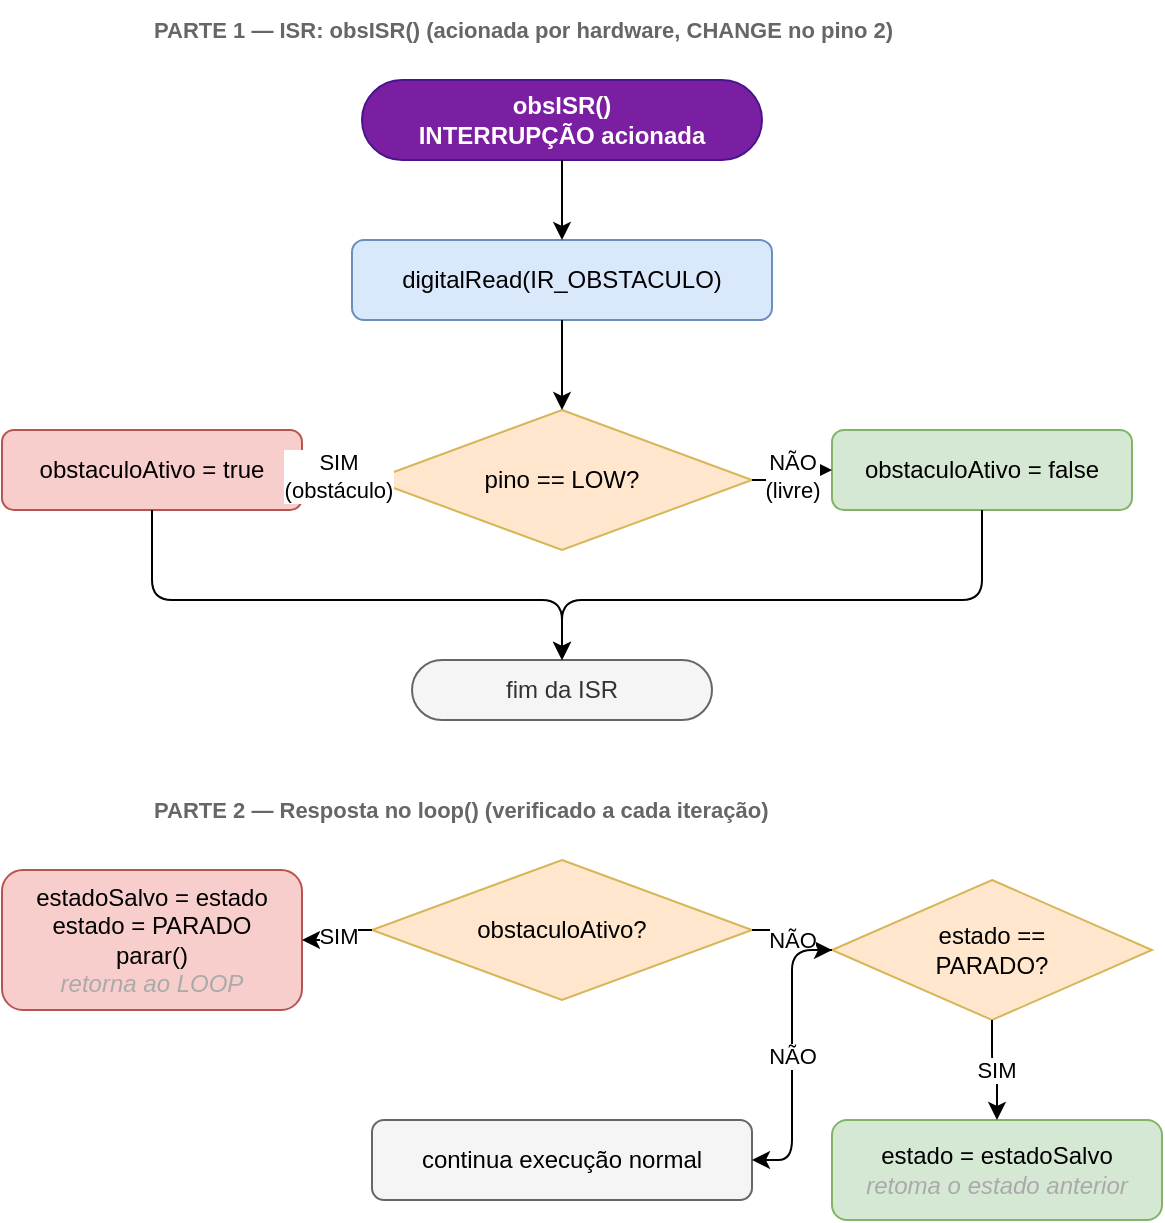
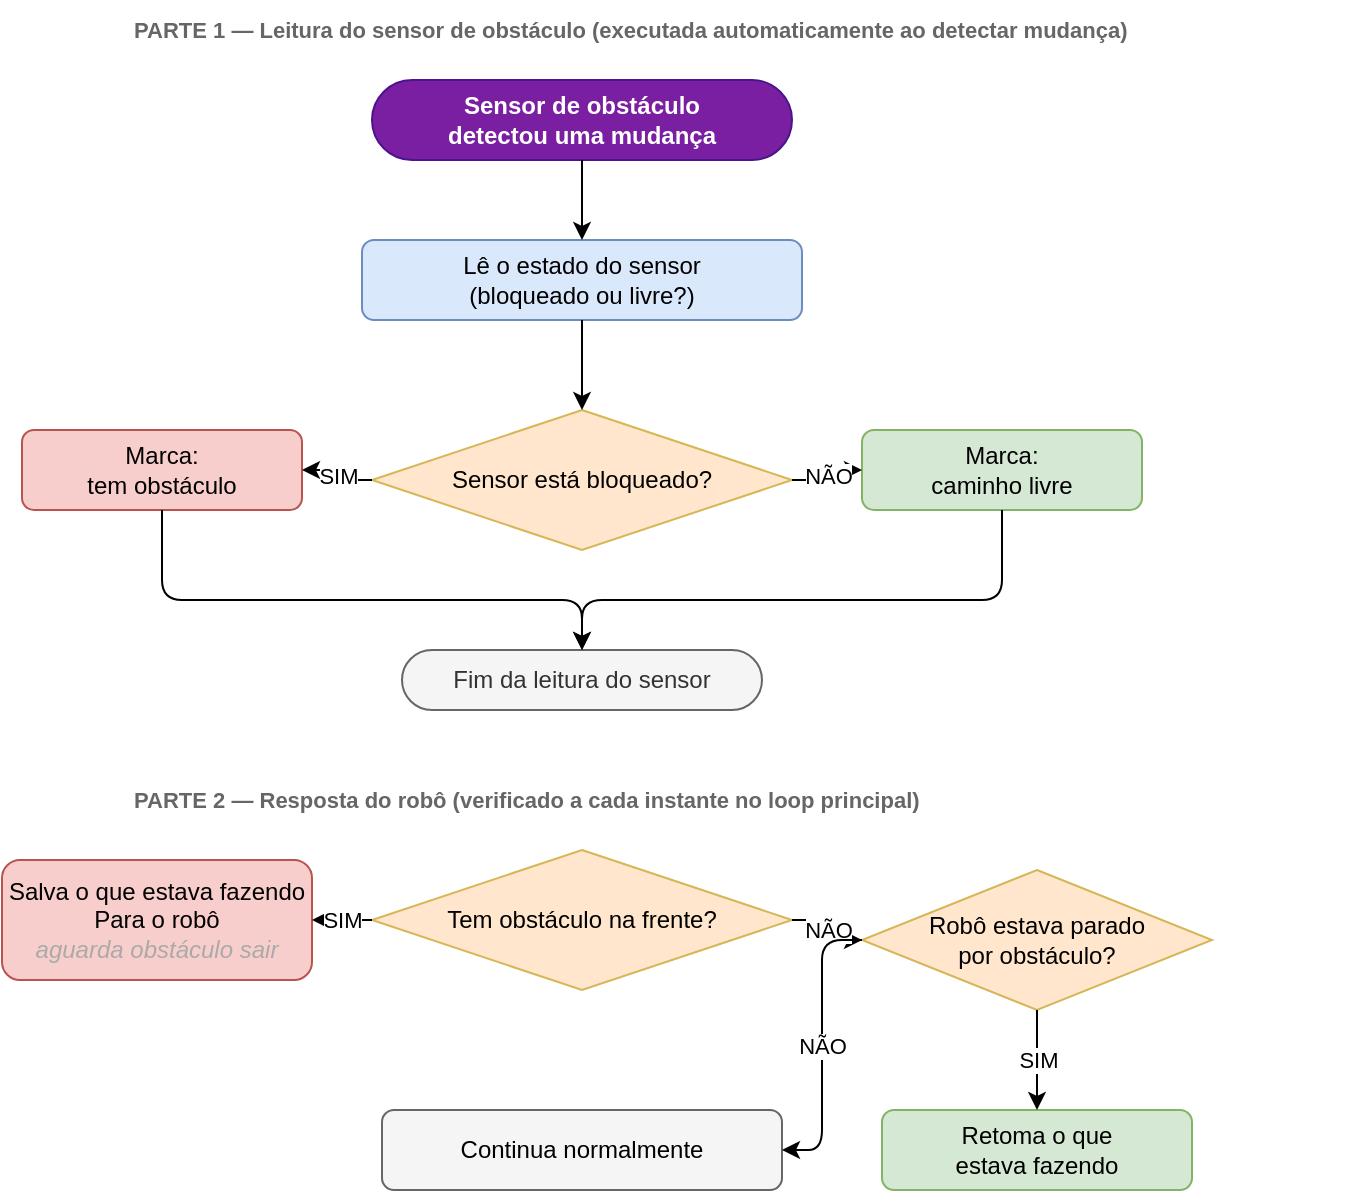
<?xml version="1.0" encoding="UTF-8"?>
<mxGraphModel dx="1422" dy="762" grid="1" gridSize="10" guides="1" tooltips="1" connect="1" arrows="1" fold="1" page="1" pageScale="1" pageWidth="1169" pageHeight="827" math="0" shadow="0">
  <root>
    <mxCell id="0"/>
    <mxCell id="1" parent="0"/>

-     <!-- ── PARTE 1: ISR ── -->
-     <mxCell id="2" value="PARTE 1 — ISR: obsISR()  (acionada por hardware, CHANGE no pino 2)" style="text;html=1;strokeColor=none;fillColor=none;align=left;verticalAlign=middle;spacingLeft=4;fontStyle=1;fontSize=11;fontColor=#666666;" vertex="1" parent="1">
-       <mxGeometry x="100" y="10" width="500" height="30" as="geometry"/>
+     <!-- Parte 1 label -->
+     <mxCell id="2" value="PARTE 1 — Leitura do sensor de obstáculo (executada automaticamente ao detectar mudança)" style="text;html=1;strokeColor=none;fillColor=none;align=left;verticalAlign=middle;spacingLeft=4;fontStyle=1;fontSize=11;fontColor=#666666;" vertex="1" parent="1">
+       <mxGeometry x="80" y="10" width="620" height="30" as="geometry"/>
    </mxCell>

-     <!-- ISR start -->
-     <mxCell id="10" value="obsISR()&lt;br&gt;INTERRUPÇÃO acionada" style="rounded=1;whiteSpace=wrap;html=1;arcSize=50;fillColor=#7b1fa2;strokeColor=#4a148c;fontColor=#ffffff;fontStyle=1;" vertex="1" parent="1">
-       <mxGeometry x="210" y="50" width="200" height="40" as="geometry"/>
+     <!-- Sensor detectou mudança -->
+     <mxCell id="10" value="Sensor de obstáculo&lt;br&gt;detectou uma mudança" style="rounded=1;whiteSpace=wrap;html=1;arcSize=50;fillColor=#7b1fa2;strokeColor=#4a148c;fontColor=#ffffff;fontStyle=1;" vertex="1" parent="1">
+       <mxGeometry x="205" y="50" width="210" height="40" as="geometry"/>
    </mxCell>

-     <!-- digitalRead -->
-     <mxCell id="11" value="digitalRead(IR_OBSTACULO)" style="rounded=1;whiteSpace=wrap;html=1;fillColor=#dae8fc;strokeColor=#6c8ebf;" vertex="1" parent="1">
-       <mxGeometry x="205" y="130" width="210" height="40" as="geometry"/>
+     <!-- Lê o sensor -->
+     <mxCell id="11" value="Lê o estado do sensor&lt;br&gt;(bloqueado ou livre?)" style="rounded=1;whiteSpace=wrap;html=1;fillColor=#dae8fc;strokeColor=#6c8ebf;" vertex="1" parent="1">
+       <mxGeometry x="200" y="130" width="220" height="40" as="geometry"/>
    </mxCell>

-     <!-- Diamond: pino == LOW? -->
-     <mxCell id="12" value="pino == LOW?" style="rhombus;whiteSpace=wrap;html=1;fillColor=#ffe6cc;strokeColor=#d6b656;" vertex="1" parent="1">
-       <mxGeometry x="215" y="215" width="190" height="70" as="geometry"/>
+     <!-- Diamond -->
+     <mxCell id="12" value="Sensor está bloqueado?" style="rhombus;whiteSpace=wrap;html=1;fillColor=#ffe6cc;strokeColor=#d6b656;" vertex="1" parent="1">
+       <mxGeometry x="205" y="215" width="210" height="70" as="geometry"/>
    </mxCell>

-     <!-- SIM: obstaculoAtivo = true -->
-     <mxCell id="13" value="obstaculoAtivo = true" style="rounded=1;whiteSpace=wrap;html=1;fillColor=#f8cecc;strokeColor=#b85450;" vertex="1" parent="1">
-       <mxGeometry x="30" y="225" width="150" height="40" as="geometry"/>
+     <!-- SIM: tem obstáculo -->
+     <mxCell id="13" value="Marca:&lt;br&gt;tem obstáculo" style="rounded=1;whiteSpace=wrap;html=1;fillColor=#f8cecc;strokeColor=#b85450;" vertex="1" parent="1">
+       <mxGeometry x="30" y="225" width="140" height="40" as="geometry"/>
    </mxCell>

-     <!-- NÃO: obstaculoAtivo = false -->
-     <mxCell id="14" value="obstaculoAtivo = false" style="rounded=1;whiteSpace=wrap;html=1;fillColor=#d5e8d4;strokeColor=#82b366;" vertex="1" parent="1">
-       <mxGeometry x="445" y="225" width="150" height="40" as="geometry"/>
+     <!-- NÃO: livre -->
+     <mxCell id="14" value="Marca:&lt;br&gt;caminho livre" style="rounded=1;whiteSpace=wrap;html=1;fillColor=#d5e8d4;strokeColor=#82b366;" vertex="1" parent="1">
+       <mxGeometry x="450" y="225" width="140" height="40" as="geometry"/>
    </mxCell>

-     <!-- fim ISR -->
-     <mxCell id="15" value="fim da ISR" style="rounded=1;whiteSpace=wrap;html=1;arcSize=50;fillColor=#f5f5f5;strokeColor=#666666;fontColor=#333333;" vertex="1" parent="1">
-       <mxGeometry x="235" y="340" width="150" height="30" as="geometry"/>
+     <!-- fim leitura -->
+     <mxCell id="15" value="Fim da leitura do sensor" style="rounded=1;whiteSpace=wrap;html=1;arcSize=50;fillColor=#f5f5f5;strokeColor=#666666;fontColor=#333333;" vertex="1" parent="1">
+       <mxGeometry x="220" y="335" width="180" height="30" as="geometry"/>
    </mxCell>

-     <!-- ── PARTE 2: loop() ── -->
-     <mxCell id="3" value="PARTE 2 — Resposta no loop()  (verificado a cada iteração)" style="text;html=1;strokeColor=none;fillColor=none;align=left;verticalAlign=middle;spacingLeft=4;fontStyle=1;fontSize=11;fontColor=#666666;" vertex="1" parent="1">
-       <mxGeometry x="100" y="400" width="500" height="30" as="geometry"/>
+     <!-- Parte 2 label -->
+     <mxCell id="3" value="PARTE 2 — Resposta do robô (verificado a cada instante no loop principal)" style="text;html=1;strokeColor=none;fillColor=none;align=left;verticalAlign=middle;spacingLeft=4;fontStyle=1;fontSize=11;fontColor=#666666;" vertex="1" parent="1">
+       <mxGeometry x="80" y="395" width="600" height="30" as="geometry"/>
    </mxCell>

-     <!-- Diamond: obstaculoAtivo? -->
-     <mxCell id="16" value="obstaculoAtivo?" style="rhombus;whiteSpace=wrap;html=1;fillColor=#ffe6cc;strokeColor=#d6b656;" vertex="1" parent="1">
-       <mxGeometry x="215" y="440" width="190" height="70" as="geometry"/>
+     <!-- Diamond: tem obstáculo? -->
+     <mxCell id="16" value="Tem obstáculo na frente?" style="rhombus;whiteSpace=wrap;html=1;fillColor=#ffe6cc;strokeColor=#d6b656;" vertex="1" parent="1">
+       <mxGeometry x="205" y="435" width="210" height="70" as="geometry"/>
    </mxCell>

-     <!-- SIM: salva + para -->
-     <mxCell id="17" value="estadoSalvo = estado&lt;br&gt;estado = PARADO&lt;br&gt;parar()&lt;br&gt;&lt;font color=&quot;#aaaaaa&quot;&gt;&lt;i&gt;retorna ao LOOP&lt;/i&gt;&lt;/font&gt;" style="rounded=1;whiteSpace=wrap;html=1;fillColor=#f8cecc;strokeColor=#b85450;" vertex="1" parent="1">
-       <mxGeometry x="30" y="445" width="150" height="70" as="geometry"/>
+     <!-- SIM: para -->
+     <mxCell id="17" value="Salva o que estava fazendo&lt;br&gt;Para o robô&lt;br&gt;&lt;font color=&quot;#aaaaaa&quot;&gt;&lt;i&gt;aguarda obstáculo sair&lt;/i&gt;&lt;/font&gt;" style="rounded=1;whiteSpace=wrap;html=1;fillColor=#f8cecc;strokeColor=#b85450;" vertex="1" parent="1">
+       <mxGeometry x="20" y="440" width="155" height="60" as="geometry"/>
    </mxCell>

-     <!-- NÃO: verifica se estava parado -->
-     <mxCell id="18" value="estado ==&lt;br&gt;PARADO?" style="rhombus;whiteSpace=wrap;html=1;fillColor=#ffe6cc;strokeColor=#d6b656;" vertex="1" parent="1">
-       <mxGeometry x="445" y="450" width="160" height="70" as="geometry"/>
+     <!-- NÃO → estava parado? -->
+     <mxCell id="18" value="Robô estava parado&lt;br&gt;por obstáculo?" style="rhombus;whiteSpace=wrap;html=1;fillColor=#ffe6cc;strokeColor=#d6b656;" vertex="1" parent="1">
+       <mxGeometry x="450" y="445" width="175" height="70" as="geometry"/>
    </mxCell>

-     <!-- SIM de 18: retoma -->
-     <mxCell id="19" value="estado = estadoSalvo&lt;br&gt;&lt;font color=&quot;#aaaaaa&quot;&gt;&lt;i&gt;retoma o estado anterior&lt;/i&gt;&lt;/font&gt;" style="rounded=1;whiteSpace=wrap;html=1;fillColor=#d5e8d4;strokeColor=#82b366;" vertex="1" parent="1">
-       <mxGeometry x="445" y="570" width="165" height="50" as="geometry"/>
+     <!-- SIM: retoma -->
+     <mxCell id="19" value="Retoma o que&lt;br&gt;estava fazendo" style="rounded=1;whiteSpace=wrap;html=1;fillColor=#d5e8d4;strokeColor=#82b366;" vertex="1" parent="1">
+       <mxGeometry x="460" y="565" width="155" height="40" as="geometry"/>
    </mxCell>

-     <!-- NÃO de 18: continua normal -->
-     <mxCell id="20" value="continua execução normal" style="rounded=1;whiteSpace=wrap;html=1;fillColor=#f5f5f5;strokeColor=#666666;" vertex="1" parent="1">
-       <mxGeometry x="215" y="570" width="190" height="40" as="geometry"/>
+     <!-- NÃO: continua -->
+     <mxCell id="20" value="Continua normalmente" style="rounded=1;whiteSpace=wrap;html=1;fillColor=#f5f5f5;strokeColor=#666666;" vertex="1" parent="1">
+       <mxGeometry x="210" y="565" width="200" height="40" as="geometry"/>
    </mxCell>

    <!-- ── EDGES ── -->

-     <!-- ISR start → read -->
    <mxCell id="30" style="edgeStyle=orthogonalEdgeStyle;html=1;" edge="1" source="10" target="11" parent="1">
      <mxGeometry relative="1" as="geometry"/>
    </mxCell>

-     <!-- read → diamond -->
    <mxCell id="31" style="edgeStyle=orthogonalEdgeStyle;html=1;" edge="1" source="11" target="12" parent="1">
      <mxGeometry relative="1" as="geometry"/>
    </mxCell>

-     <!-- diamond → true [SIM, sai pela esquerda] -->
-     <mxCell id="32" value="SIM&lt;br&gt;(obstáculo)" style="edgeStyle=orthogonalEdgeStyle;html=1;exitX=0;exitY=0.5;exitDx=0;exitDy=0;entryX=1;entryY=0.5;entryDx=0;entryDy=0;" edge="1" source="12" target="13" parent="1">
+     <mxCell id="32" value="SIM" style="edgeStyle=orthogonalEdgeStyle;html=1;exitX=0;exitY=0.5;exitDx=0;exitDy=0;entryX=1;entryY=0.5;entryDx=0;entryDy=0;" edge="1" source="12" target="13" parent="1">
      <mxGeometry relative="1" as="geometry"/>
    </mxCell>

-     <!-- diamond → false [NÃO, sai pela direita] -->
-     <mxCell id="33" value="NÃO&lt;br&gt;(livre)" style="edgeStyle=orthogonalEdgeStyle;html=1;exitX=1;exitY=0.5;exitDx=0;exitDy=0;entryX=0;entryY=0.5;entryDx=0;entryDy=0;" edge="1" source="12" target="14" parent="1">
+     <mxCell id="33" value="NÃO" style="edgeStyle=orthogonalEdgeStyle;html=1;exitX=1;exitY=0.5;exitDx=0;exitDy=0;entryX=0;entryY=0.5;entryDx=0;entryDy=0;" edge="1" source="12" target="14" parent="1">
      <mxGeometry relative="1" as="geometry"/>
    </mxCell>

-     <!-- true → fim ISR -->
    <mxCell id="34" style="edgeStyle=orthogonalEdgeStyle;html=1;" edge="1" source="13" target="15" parent="1">
      <mxGeometry relative="1" as="geometry">
        <Array as="points">
-           <mxPoint x="105" y="310"/>
+           <mxPoint x="100" y="310"/>
          <mxPoint x="310" y="310"/>
        </Array>
      </mxGeometry>
    </mxCell>

-     <!-- false → fim ISR -->
    <mxCell id="35" style="edgeStyle=orthogonalEdgeStyle;html=1;" edge="1" source="14" target="15" parent="1">
      <mxGeometry relative="1" as="geometry">
        <Array as="points">
          <mxPoint x="520" y="310"/>
          <mxPoint x="310" y="310"/>
        </Array>
      </mxGeometry>
    </mxCell>

-     <!-- loop: obstaculoAtivo? → salva+para [SIM] -->
    <mxCell id="36" value="SIM" style="edgeStyle=orthogonalEdgeStyle;html=1;exitX=0;exitY=0.5;exitDx=0;exitDy=0;entryX=1;entryY=0.5;entryDx=0;entryDy=0;" edge="1" source="16" target="17" parent="1">
      <mxGeometry relative="1" as="geometry"/>
    </mxCell>

-     <!-- loop: obstaculoAtivo? → estado==PARADO? [NÃO] -->
    <mxCell id="37" value="NÃO" style="edgeStyle=orthogonalEdgeStyle;html=1;exitX=1;exitY=0.5;exitDx=0;exitDy=0;entryX=0;entryY=0.5;entryDx=0;entryDy=0;" edge="1" source="16" target="18" parent="1">
      <mxGeometry relative="1" as="geometry"/>
    </mxCell>

-     <!-- estado==PARADO? → retoma [SIM] -->
    <mxCell id="38" value="SIM" style="edgeStyle=orthogonalEdgeStyle;html=1;exitX=0.5;exitY=1;exitDx=0;exitDy=0;entryX=0.5;entryY=0;entryDx=0;entryDy=0;" edge="1" source="18" target="19" parent="1">
      <mxGeometry relative="1" as="geometry"/>
    </mxCell>

-     <!-- estado==PARADO? → continua [NÃO] -->
    <mxCell id="39" value="NÃO" style="edgeStyle=orthogonalEdgeStyle;html=1;exitX=0;exitY=0.5;exitDx=0;exitDy=0;entryX=1;entryY=0.5;entryDx=0;entryDy=0;" edge="1" source="18" target="20" parent="1">
      <mxGeometry relative="1" as="geometry"/>
    </mxCell>

  </root>
</mxGraphModel>
